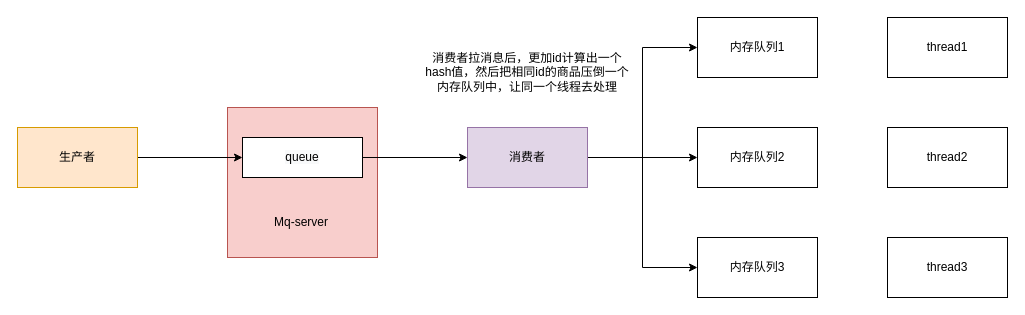
The draw.io diagram rabbitmq消费顺序性问题.drawio in Joelovealonge/note, before the edit. Source tidied: cells renumbered, new cells numbered last; positions are measured from the earlier drawing's top-left corner, leaving out a move shared by most shapes. Both pictures are drawn from the tidied source at 100%, with x=0, y=0 at pixel (17, 17).
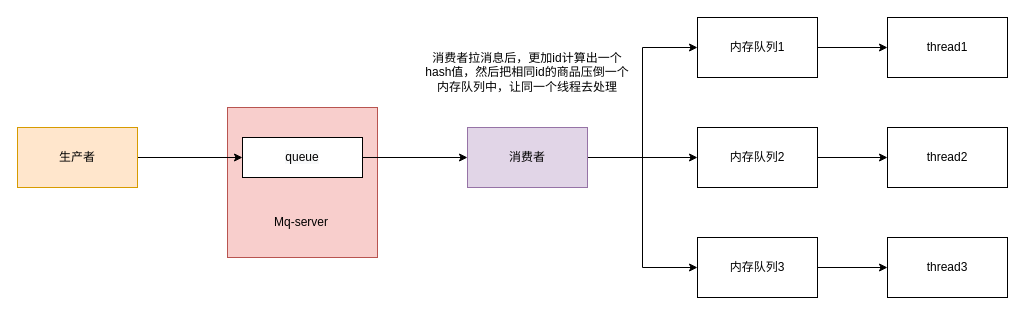
Above is the later version.

Commit message (it also covers changes not shown here):
更新rabbitmq消费顺序性问题.drawio

Unchanged cells that the change refers to:
```xml
<mxCell id="12" value="内存队列1" style="rounded=0;whiteSpace=wrap;html=1;" parent="1" vertex="1">
  <mxGeometry x="680" width="120" height="60" as="geometry" />
</mxCell>
<mxCell id="13" value="内存队列2" style="rounded=0;whiteSpace=wrap;html=1;" parent="1" vertex="1">
  <mxGeometry x="680" y="110" width="120" height="60" as="geometry" />
</mxCell>
<mxCell id="14" value="内存队列3" style="rounded=0;whiteSpace=wrap;html=1;" parent="1" vertex="1">
  <mxGeometry x="680" y="220" width="120" height="60" as="geometry" />
</mxCell>
<mxCell id="16" value="thread1" style="rounded=0;whiteSpace=wrap;html=1;" parent="1" vertex="1">
  <mxGeometry x="870" width="120" height="60" as="geometry" />
</mxCell>
<mxCell id="17" value="thread2" style="rounded=0;whiteSpace=wrap;html=1;" parent="1" vertex="1">
  <mxGeometry x="870" y="110" width="120" height="60" as="geometry" />
</mxCell>
<mxCell id="18" value="thread3" style="rounded=0;whiteSpace=wrap;html=1;" parent="1" vertex="1">
  <mxGeometry x="870" y="220" width="120" height="60" as="geometry" />
</mxCell>
```

Change to the diagram source:
```diff
@@
+    <mxCell id="19" style="edgeStyle=orthogonalEdgeStyle;rounded=0;jettySize=auto;html=1;entryX=0;entryY=0.5;entryDx=0;entryDy=0;" parent="1" edge="1" source="12" target="16">
+      <mxGeometry relative="1" as="geometry" />
+    </mxCell>
@@
+    <mxCell id="20" style="edgeStyle=orthogonalEdgeStyle;rounded=0;jettySize=auto;html=1;" parent="1" edge="1" source="13" target="17">
+      <mxGeometry relative="1" as="geometry" />
+    </mxCell>
@@
+    <mxCell id="21" style="edgeStyle=orthogonalEdgeStyle;rounded=0;jettySize=auto;html=1;" parent="1" edge="1" source="14" target="18">
+      <mxGeometry relative="1" as="geometry" />
+    </mxCell>
```
